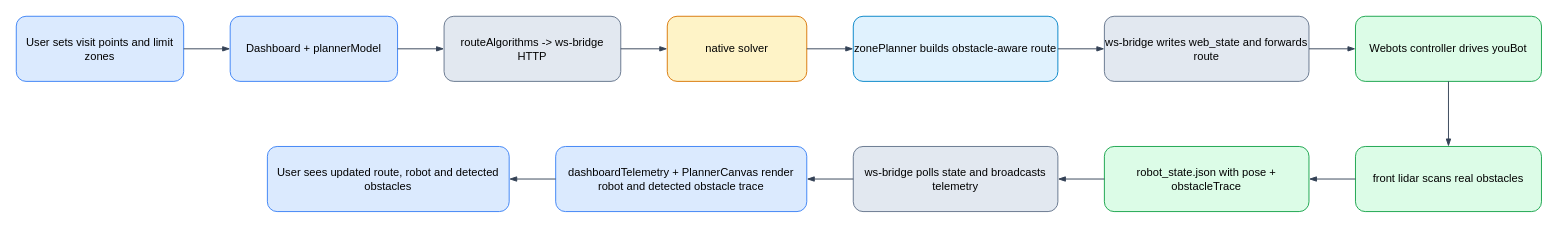
Above: page "Key Flow" (2 of 2) of PROJECT_MODULARITY.drawio in Vanchoys228/GPO_all (draw.io), before the change. Source tidied: cells renumbered, new cells numbered last; positions are measured from the earlier drawing's top-left corner, leaving out a move shared by most shapes. Both pictures are drawn from the tidied source at 93%, with x=0, y=0 at pixel (16, 16).
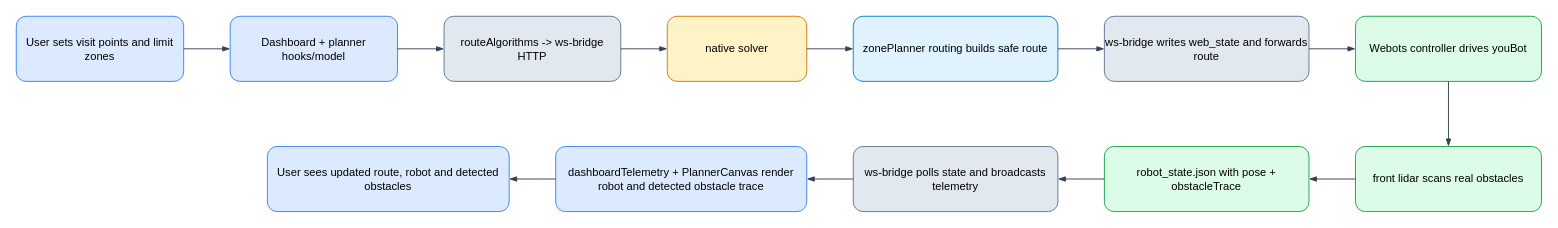
The same page after the edit.

The edit, as a diff of the source:
```diff
@@
-    <mxCell id="3" value="Dashboard + plannerModel" style="rounded=1;whiteSpace=wrap;html=1;fillColor=#dbeafe;strokeColor=#3b82f6;" parent="1" vertex="1">
+    <mxCell id="3" value="Dashboard + planner hooks/model" style="rounded=1;whiteSpace=wrap;html=1;fillColor=#dbeafe;strokeColor=#3b82f6;" parent="1" vertex="1">
       <mxGeometry x="230" width="180" height="70" as="geometry" />
     </mxCell>
@@
-    <mxCell id="6" value="zonePlanner builds obstacle-aware route" style="rounded=1;whiteSpace=wrap;html=1;fillColor=#e0f2fe;strokeColor=#0284c7;" parent="1" vertex="1">
+    <mxCell id="6" value="zonePlanner routing builds safe route" style="rounded=1;whiteSpace=wrap;html=1;fillColor=#e0f2fe;strokeColor=#0284c7;" parent="1" vertex="1">
       <mxGeometry x="900" width="220" height="70" as="geometry" />
     </mxCell>
```
